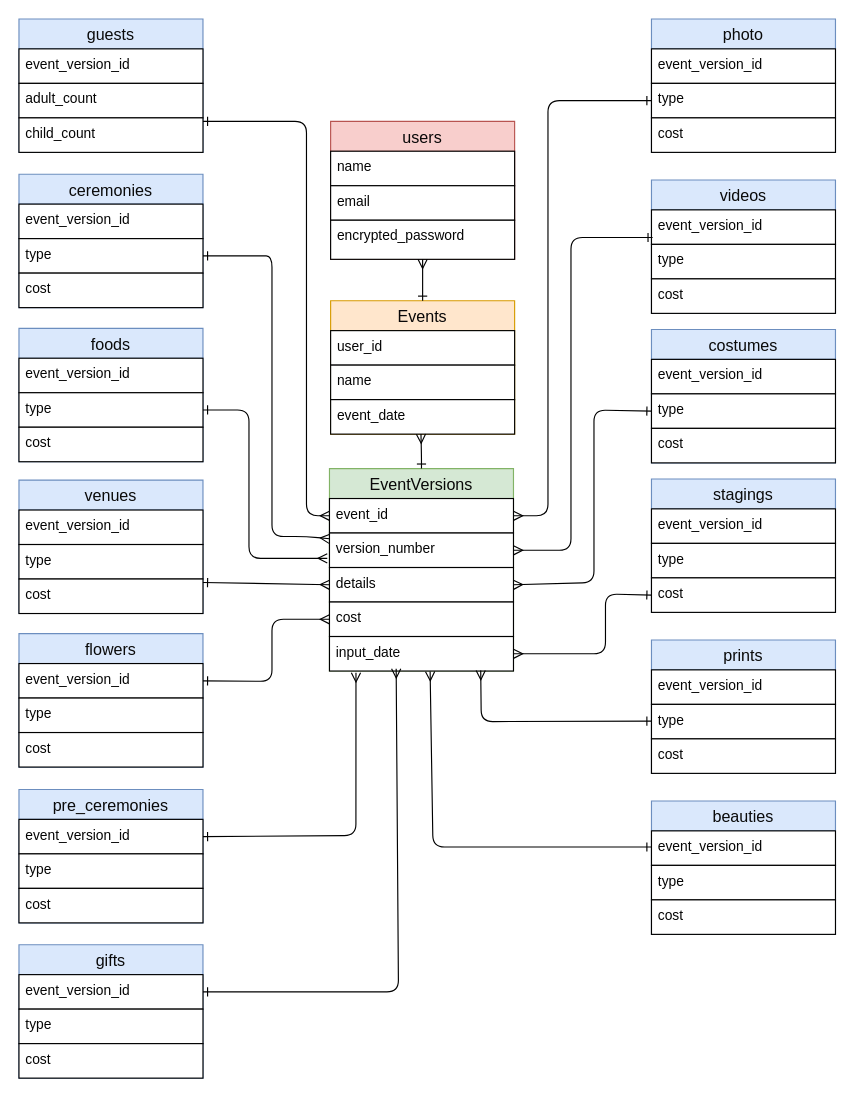
Above: ER.dio in mitstaku/wedding-budgets (draw.io), before the change. Source tidied: cells renumbered, new cells numbered last; positions are measured from the earlier drawing's top-left corner, leaving out a move shared by most shapes. Both pictures are drawn from the tidied source at 115%, with x=0, y=0 at pixel (18, 18).
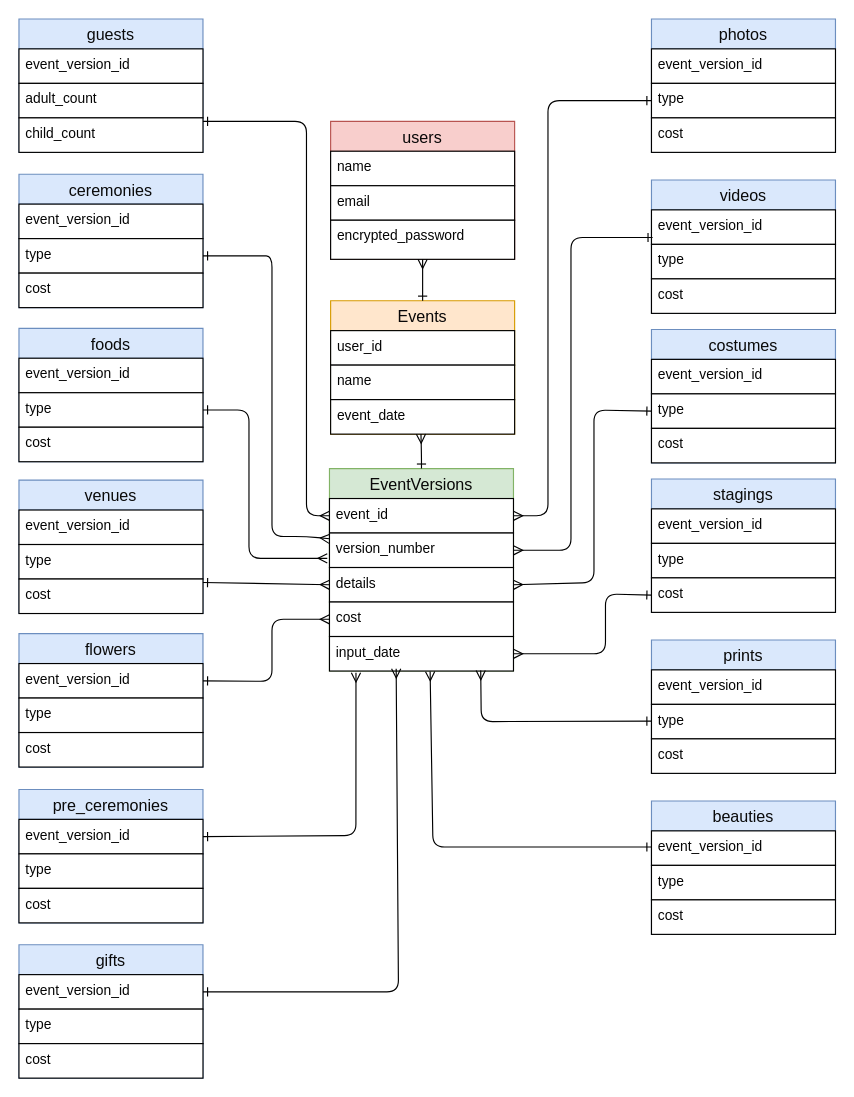
The same diagram, later.

What changed in the source:
```diff
@@
-    <mxCell id="52" value="photo" style="swimlane;fontStyle=0;horizontal=1;startSize=26;align=center;fontSize=14;fillColor=#dae8fc;strokeColor=#6c8ebf;fontColor=#0a0a0a;" parent="1" vertex="1">
+    <mxCell id="52" value="photos" style="swimlane;fontStyle=0;horizontal=1;startSize=26;align=center;fontSize=14;fillColor=#dae8fc;strokeColor=#6c8ebf;fontColor=#0a0a0a;" parent="1" vertex="1">
       <mxGeometry x="550" width="160" height="116" as="geometry" />
     </mxCell>
```
